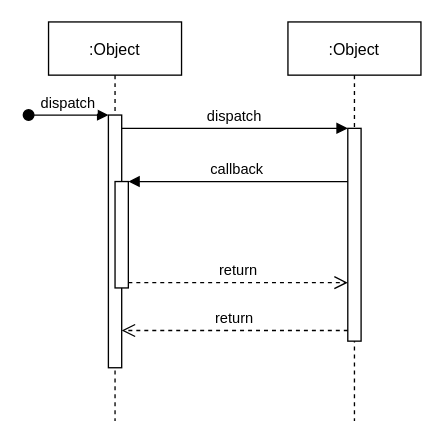
Earlier version of the draw.io diagram Untitled Diagram.drawio (Sochene/alibaba). Source tidied: cells renumbered, new cells numbered last; positions are measured from the earlier drawing's top-left corner, leaving out a move shared by most shapes. Both pictures are drawn from the tidied source at 133%, with x=0, y=0 at pixel (28, 21).
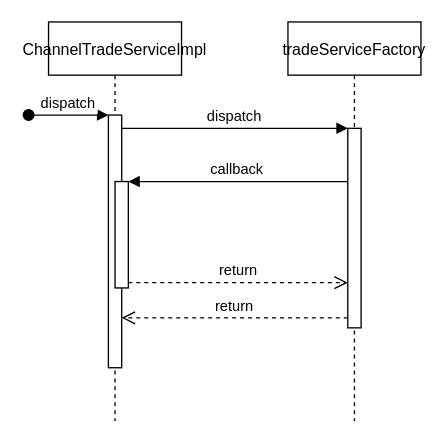
The same diagram, later.

Change to the diagram source:
```diff
@@
 <mxGraphModel>
   <root>
     <mxCell id="0" />
     <mxCell id="1" parent="0" />
-    <mxCell id="2" value=":Object" style="shape=umlLifeline;perimeter=lifelinePerimeter;rounded=0;shadow=0;strokeWidth=1;" parent="1" vertex="1">
+    <mxCell id="2" value="ChannelTradeServiceImpl" style="shape=umlLifeline;perimeter=lifelinePerimeter;rounded=0;shadow=0;strokeWidth=1;" parent="1" vertex="1">
       <mxGeometry x="15" width="100" height="300" as="geometry" />
     </mxCell>
     <mxCell id="3" style="points=[];perimeter=orthogonalPerimeter;rounded=0;shadow=0;strokeWidth=1;" parent="2" vertex="1">
       <mxGeometry x="45" y="70" width="10" height="190" as="geometry" />
     </mxCell>
     <mxCell id="4" value="dispatch" style="verticalAlign=bottom;startArrow=oval;endArrow=block;startSize=8;shadow=0;strokeWidth=1;" parent="2" edge="1" target="3">
       <mxGeometry relative="1" as="geometry">
         <mxPoint x="-15" y="70" as="sourcePoint" />
       </mxGeometry>
     </mxCell>
     <mxCell id="5" style="points=[];perimeter=orthogonalPerimeter;rounded=0;shadow=0;strokeWidth=1;" parent="2" vertex="1">
       <mxGeometry x="50" y="120" width="10" height="80" as="geometry" />
     </mxCell>
-    <mxCell id="6" value=":Object" style="shape=umlLifeline;perimeter=lifelinePerimeter;rounded=0;shadow=0;strokeWidth=1;" parent="1" vertex="1">
+    <mxCell id="6" value="tradeServiceFactory" style="shape=umlLifeline;perimeter=lifelinePerimeter;rounded=0;shadow=0;strokeWidth=1;" parent="1" vertex="1">
       <mxGeometry x="195" width="100" height="300" as="geometry" />
     </mxCell>
     <mxCell id="7" style="points=[];perimeter=orthogonalPerimeter;rounded=0;shadow=0;strokeWidth=1;" parent="6" vertex="1">
-      <mxGeometry x="45" y="80" width="10" height="160" as="geometry" />
+      <mxGeometry x="45" y="80" width="10" height="150" as="geometry" />
     </mxCell>
     <mxCell id="8" value="return" style="verticalAlign=bottom;endArrow=open;dashed=1;endSize=8;exitX=0;exitY=0.95;shadow=0;strokeWidth=1;" parent="1" edge="1" source="7" target="3">
       <mxGeometry relative="1" as="geometry" />
     </mxCell>
     <mxCell id="9" value="dispatch" style="verticalAlign=bottom;endArrow=block;entryX=0;entryY=0;shadow=0;strokeWidth=1;" parent="1" edge="1" source="3" target="7">
       <mxGeometry relative="1" as="geometry" />
     </mxCell>
     <mxCell id="10" value="callback" style="verticalAlign=bottom;endArrow=block;entryX=1;entryY=0;shadow=0;strokeWidth=1;" parent="1" edge="1" source="7" target="5">
       <mxGeometry relative="1" as="geometry" />
     </mxCell>
     <mxCell id="11" value="return" style="verticalAlign=bottom;endArrow=open;dashed=1;endSize=8;exitX=1;exitY=0.95;shadow=0;strokeWidth=1;" parent="1" edge="1" source="5" target="7">
       <mxGeometry relative="1" as="geometry" />
     </mxCell>
   </root>
 </mxGraphModel>
```
